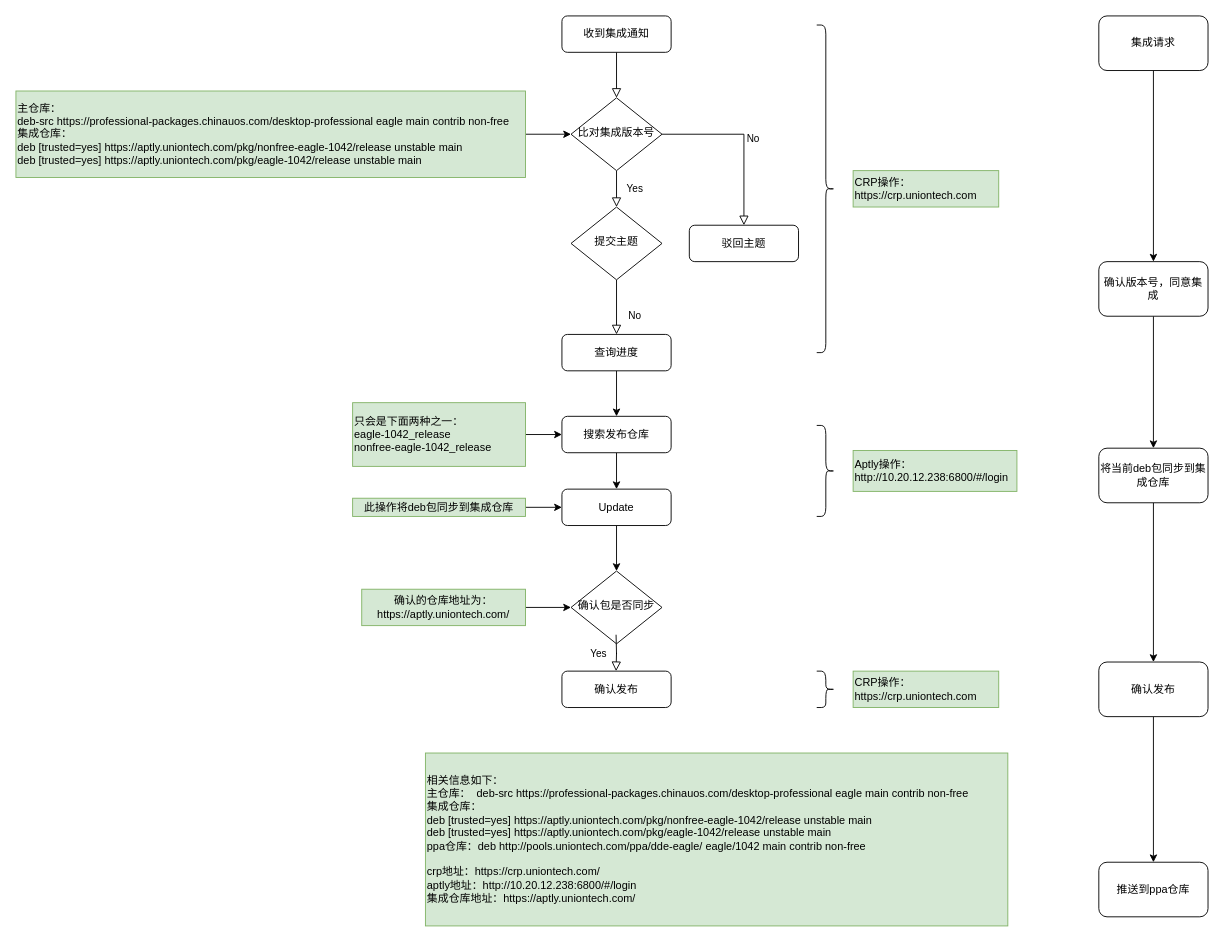
Above: iso-build.drawio in lishengyu/mk (draw.io), before the change. Source tidied: cells renumbered, new cells numbered last; positions are measured from the earlier drawing's top-left corner, leaving out a move shared by most shapes. Both pictures are drawn from the tidied source at 91%, with x=0, y=0 at pixel (15, 15).
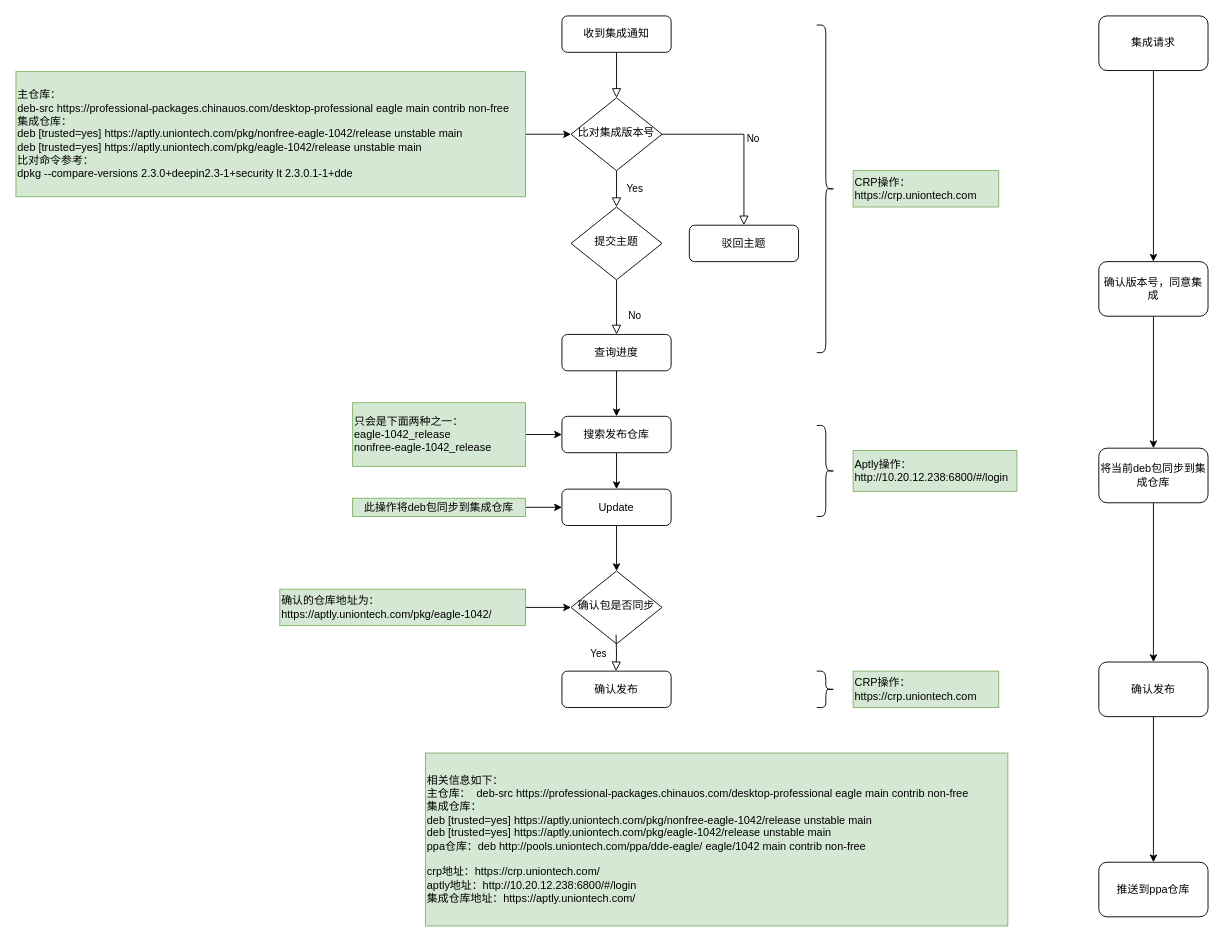
The same diagram, later.

Change to the diagram source:
```diff
@@
-    <mxCell id="19" value="主仓库：&lt;br&gt;deb-src https://professional-packages.chinauos.com/desktop-professional eagle main contrib non-free&lt;br&gt;集成仓库：&lt;br&gt;&lt;div&gt;deb [trusted=yes] https://aptly.uniontech.com/pkg/nonfree-eagle-1042/release unstable main&lt;/div&gt;&lt;div&gt;deb [trusted=yes] https://aptly.uniontech.com/pkg/eagle-1042/release unstable main&lt;/div&gt;" style="text;html=1;strokeColor=#82b366;fillColor=#d5e8d4;align=left;verticalAlign=middle;whiteSpace=wrap;rounded=0;fontStyle=0;" parent="1" vertex="1">
-      <mxGeometry y="82.5" width="560" height="95" as="geometry" />
+    <mxCell id="19" value="主仓库：&lt;br&gt;deb-src https://professional-packages.chinauos.com/desktop-professional eagle main contrib non-free&lt;br&gt;集成仓库：&lt;br&gt;&lt;div&gt;deb [trusted=yes] https://aptly.uniontech.com/pkg/nonfree-eagle-1042/release unstable main&lt;/div&gt;&lt;div&gt;deb [trusted=yes] https://aptly.uniontech.com/pkg/eagle-1042/release unstable main&lt;/div&gt;&lt;div&gt;比对命令参考：&lt;/div&gt;&lt;div&gt;dpkg --compare-versions 2.3.0+deepin2.3-1+security lt 2.3.0.1-1+dde&lt;br&gt;&lt;/div&gt;" style="text;html=1;strokeColor=#82b366;fillColor=#d5e8d4;align=left;verticalAlign=middle;whiteSpace=wrap;rounded=0;fontStyle=0;" parent="1" vertex="1">
+      <mxGeometry y="61.2" width="560" height="137.5" as="geometry" />
     </mxCell>
@@
-    <mxCell id="23" value="确认的仓库地址为：&lt;br&gt;https://aptly.uniontech.com/" style="text;html=1;strokeColor=#82b366;fillColor=#d5e8d4;align=center;verticalAlign=middle;whiteSpace=wrap;rounded=0;" parent="1" vertex="1">
-      <mxGeometry x="380" y="630" width="180" height="40" as="geometry" />
+    <mxCell id="23" value="确认的仓库地址为：&lt;br&gt;https://aptly.uniontech.com/pkg/eagle-1042/" style="text;html=1;strokeColor=#82b366;fillColor=#d5e8d4;align=left;verticalAlign=middle;whiteSpace=wrap;rounded=0;" parent="1" vertex="1">
+      <mxGeometry x="290" y="630" width="270" height="40" as="geometry" />
     </mxCell>
```
